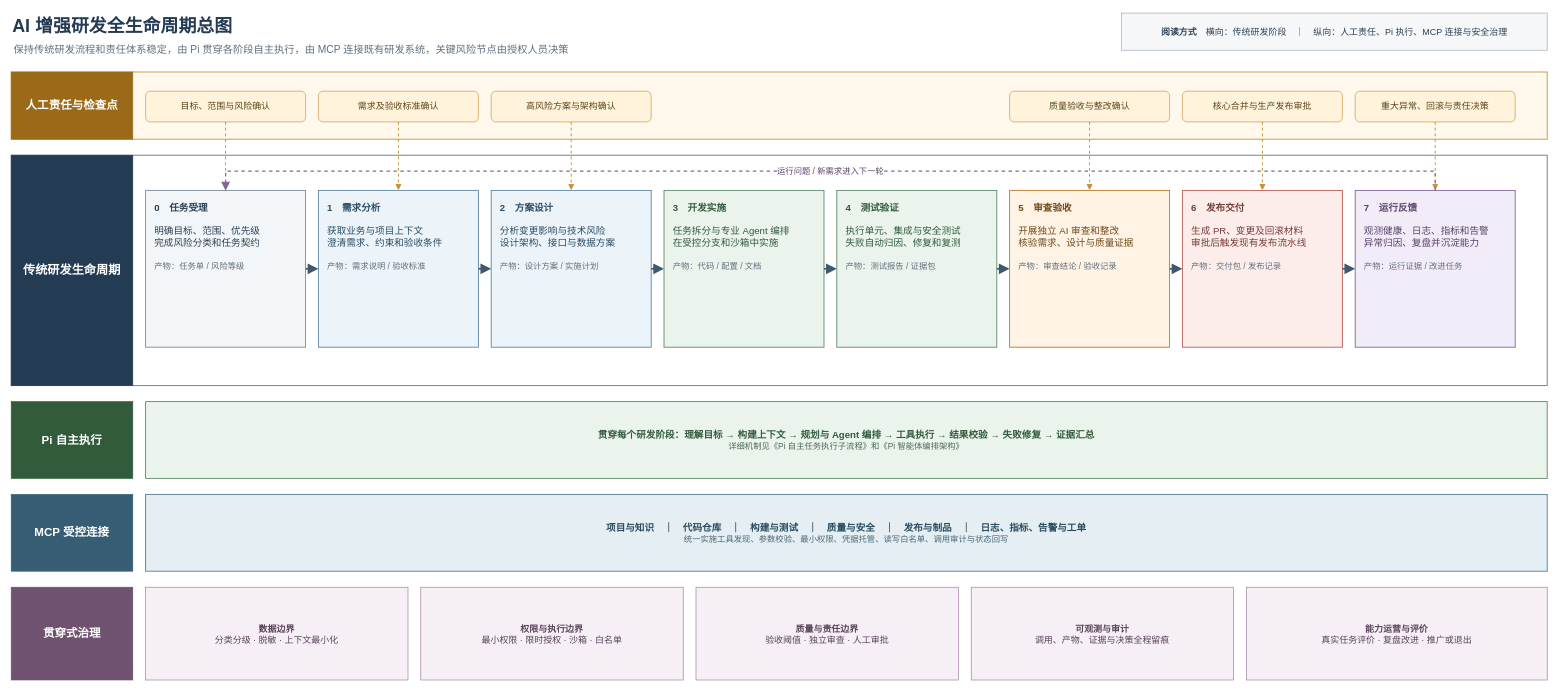
This is diagrams/current/图5_AI增强研发全生命周期总图.drawio from GeHahahaha/AI-paper, a draw.io file, before an edit. Source tidied: cells renumbered, new cells numbered last; positions are measured from the earlier drawing's top-left corner, leaving out a move shared by most shapes. Both pictures are drawn from the tidied source at 64%, with x=0, y=0 at pixel (11, 11).
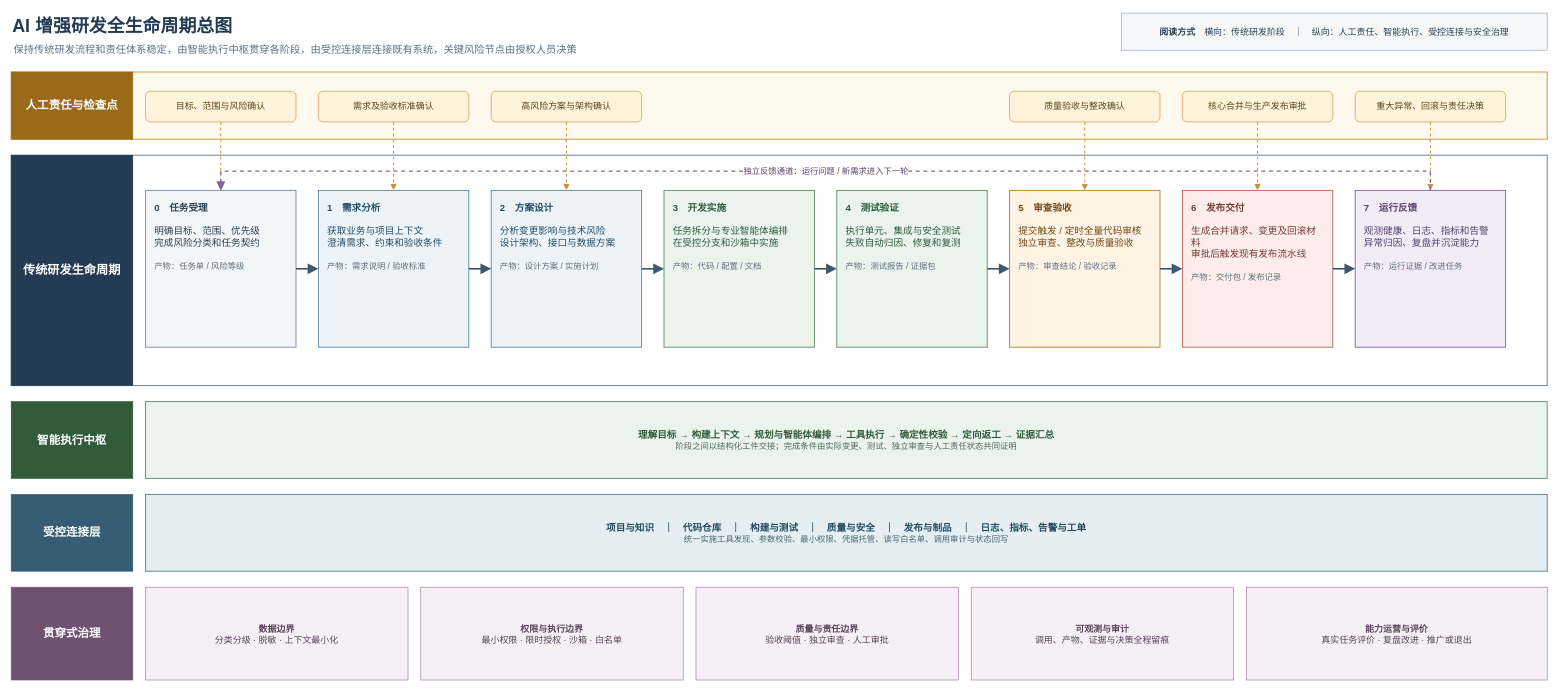
The same page after the edit.

What changed in the source:
```diff
@@
-    <mxCell id="3" value="保持传统研发流程和责任体系稳定，由 Pi 贯穿各阶段自主执行，由 MCP 连接既有研发系统，关键风险节点由授权人员决策" style="text;html=1;align=left;verticalAlign=middle;fontFamily=Microsoft YaHei;fontSize=16;fontColor=#5F6F7F;" parent="1" vertex="1">
-      <mxGeometry x="2" y="45" width="2000" height="30" as="geometry" />
+    <mxCell id="3" value="保持传统研发流程和责任体系稳定，由智能执行中枢贯穿各阶段，由受控连接层连接既有系统，关键风险节点由授权人员决策" style="text;html=1;align=left;verticalAlign=middle;fontFamily=Microsoft YaHei;fontSize=16;fontColor=#5F6F7F;" parent="1" vertex="1">
+      <mxGeometry x="2" y="45" width="1700" height="30" as="geometry" />
     </mxCell>
-    <mxCell id="4" value="&lt;b&gt;阅读方式&lt;/b&gt;　横向：传统研发阶段　｜　纵向：人工责任、Pi 执行、MCP 连接与安全治理" style="rounded=0;whiteSpace=wrap;html=1;fillColor=#F5F7F9;strokeColor=#9AA6B2;fontFamily=Microsoft YaHei;fontColor=#2B4156;fontSize=14;align=center;verticalAlign=middle;" parent="1" vertex="1">
+    <mxCell id="4" value="&lt;b&gt;阅读方式&lt;/b&gt;　横向：传统研发阶段　｜　纵向：人工责任、智能执行、受控连接与安全治理" style="rounded=0;whiteSpace=wrap;html=1;fillColor=#F5F7F9;strokeColor=#9AA6B2;fontFamily=Microsoft YaHei;fontColor=#2B4156;fontSize=14;align=center;verticalAlign=middle;" parent="1" vertex="1">
       <mxGeometry x="1735" y="3" width="665" height="58" as="geometry" />
     </mxCell>
@@
     <mxCell id="7" value="目标、范围与风险确认" style="rounded=1;whiteSpace=wrap;html=1;fillColor=#FFF3DB;strokeColor=#C6923A;fontFamily=Microsoft YaHei;fontColor=#5E451B;fontSize=14;align=center;verticalAlign=middle;" parent="1" vertex="1">
-      <mxGeometry x="210" y="125" width="250" height="48" as="geometry" />
+      <mxGeometry x="210" y="125" width="235" height="48" as="geometry" />
     </mxCell>
     <mxCell id="8" value="需求及验收标准确认" style="rounded=1;whiteSpace=wrap;html=1;fillColor=#FFF3DB;strokeColor=#C6923A;fontFamily=Microsoft YaHei;fontColor=#5E451B;fontSize=14;align=center;verticalAlign=middle;" parent="1" vertex="1">
-      <mxGeometry x="480" y="125" width="250" height="48" as="geometry" />
+      <mxGeometry x="480" y="125" width="235" height="48" as="geometry" />
     </mxCell>
     <mxCell id="9" value="高风险方案与架构确认" style="rounded=1;whiteSpace=wrap;html=1;fillColor=#FFF3DB;strokeColor=#C6923A;fontFamily=Microsoft YaHei;fontColor=#5E451B;fontSize=14;align=center;verticalAlign=middle;" parent="1" vertex="1">
-      <mxGeometry x="750" y="125" width="250" height="48" as="geometry" />
+      <mxGeometry x="750" y="125" width="235" height="48" as="geometry" />
     </mxCell>
     <mxCell id="10" value="质量验收与整改确认" style="rounded=1;whiteSpace=wrap;html=1;fillColor=#FFF3DB;strokeColor=#C6923A;fontFamily=Microsoft YaHei;fontColor=#5E451B;fontSize=14;align=center;verticalAlign=middle;" parent="1" vertex="1">
-      <mxGeometry x="1560" y="125" width="250" height="48" as="geometry" />
+      <mxGeometry x="1560" y="125" width="235" height="48" as="geometry" />
     </mxCell>
     <mxCell id="11" value="核心合并与生产发布审批" style="rounded=1;whiteSpace=wrap;html=1;fillColor=#FFF3DB;strokeColor=#C6923A;fontFamily=Microsoft YaHei;fontColor=#5E451B;fontSize=14;align=center;verticalAlign=middle;" parent="1" vertex="1">
-      <mxGeometry x="1830" y="125" width="250" height="48" as="geometry" />
+      <mxGeometry x="1830" y="125" width="235" height="48" as="geometry" />
     </mxCell>
     <mxCell id="12" value="重大异常、回滚与责任决策" style="rounded=1;whiteSpace=wrap;html=1;fillColor=#FFF3DB;strokeColor=#C6923A;fontFamily=Microsoft YaHei;fontColor=#5E451B;fontSize=14;align=center;verticalAlign=middle;" parent="1" vertex="1">
-      <mxGeometry x="2100" y="125" width="250" height="48" as="geometry" />
+      <mxGeometry x="2100" y="125" width="235" height="48" as="geometry" />
     </mxCell>
@@
     <mxCell id="15" value="&lt;b&gt;0　任务受理&lt;/b&gt;&lt;br&gt;&lt;br&gt;明确目标、范围、优先级&lt;br&gt;完成风险分类和任务契约&lt;br&gt;&lt;br&gt;&lt;font style=&quot;font-size:13px;color:#5F6F7F&quot;&gt;产物：任务单 / 风险等级&lt;/font&gt;" style="rounded=0;whiteSpace=wrap;html=1;fillColor=#F3F6F8;strokeColor=#788B9C;strokeWidth=1.4;fontFamily=Microsoft YaHei;fontColor=#2B4156;fontSize=15;align=left;verticalAlign=top;spacing=14;" parent="1" vertex="1">
-      <mxGeometry x="210" y="280" width="250" height="245" as="geometry" />
+      <mxGeometry x="210" y="280" width="235" height="245" as="geometry" />
     </mxCell>
     <mxCell id="16" value="&lt;b&gt;1　需求分析&lt;/b&gt;&lt;br&gt;&lt;br&gt;获取业务与项目上下文&lt;br&gt;澄清需求、约束和验收条件&lt;br&gt;&lt;br&gt;&lt;font style=&quot;font-size:13px;color:#5F6F7F&quot;&gt;产物：需求说明 / 验收标准&lt;/font&gt;" style="rounded=0;whiteSpace=wrap;html=1;fillColor=#EDF4F9;strokeColor=#5C86A5;strokeWidth=1.4;fontFamily=Microsoft YaHei;fontColor=#274C66;fontSize=15;align=left;verticalAlign=top;spacing=14;" parent="1" vertex="1">
-      <mxGeometry x="480" y="280" width="250" height="245" as="geometry" />
+      <mxGeometry x="480" y="280" width="235" height="245" as="geometry" />
     </mxCell>
     <mxCell id="17" value="&lt;b&gt;2　方案设计&lt;/b&gt;&lt;br&gt;&lt;br&gt;分析变更影响与技术风险&lt;br&gt;设计架构、接口与数据方案&lt;br&gt;&lt;br&gt;&lt;font style=&quot;font-size:13px;color:#5F6F7F&quot;&gt;产物：设计方案 / 实施计划&lt;/font&gt;" style="rounded=0;whiteSpace=wrap;html=1;fillColor=#EDF4F9;strokeColor=#5C86A5;strokeWidth=1.4;fontFamily=Microsoft YaHei;fontColor=#274C66;fontSize=15;align=left;verticalAlign=top;spacing=14;" parent="1" vertex="1">
-      <mxGeometry x="750" y="280" width="250" height="245" as="geometry" />
+      <mxGeometry x="750" y="280" width="235" height="245" as="geometry" />
     </mxCell>
-    <mxCell id="18" value="&lt;b&gt;3　开发实施&lt;/b&gt;&lt;br&gt;&lt;br&gt;任务拆分与专业 Agent 编排&lt;br&gt;在受控分支和沙箱中实施&lt;br&gt;&lt;br&gt;&lt;font style=&quot;font-size:13px;color:#5F6F7F&quot;&gt;产物：代码 / 配置 / 文档&lt;/font&gt;" style="rounded=0;whiteSpace=wrap;html=1;fillColor=#EAF4ED;strokeColor=#5E8B6B;strokeWidth=1.4;fontFamily=Microsoft YaHei;fontColor=#315B3B;fontSize=15;align=left;verticalAlign=top;spacing=14;" parent="1" vertex="1">
-      <mxGeometry x="1020" y="280" width="250" height="245" as="geometry" />
+    <mxCell id="18" value="&lt;b&gt;3　开发实施&lt;/b&gt;&lt;br&gt;&lt;br&gt;任务拆分与专业智能体编排&lt;br&gt;在受控分支和沙箱中实施&lt;br&gt;&lt;br&gt;&lt;font style=&quot;font-size:13px;color:#5F6F7F&quot;&gt;产物：代码 / 配置 / 文档&lt;/font&gt;" style="rounded=0;whiteSpace=wrap;html=1;fillColor=#EAF4ED;strokeColor=#5E8B6B;strokeWidth=1.4;fontFamily=Microsoft YaHei;fontColor=#315B3B;fontSize=15;align=left;verticalAlign=top;spacing=14;" parent="1" vertex="1">
+      <mxGeometry x="1020" y="280" width="235" height="245" as="geometry" />
     </mxCell>
     <mxCell id="19" value="&lt;b&gt;4　测试验证&lt;/b&gt;&lt;br&gt;&lt;br&gt;执行单元、集成与安全测试&lt;br&gt;失败自动归因、修复和复测&lt;br&gt;&lt;br&gt;&lt;font style=&quot;font-size:13px;color:#5F6F7F&quot;&gt;产物：测试报告 / 证据包&lt;/font&gt;" style="rounded=0;whiteSpace=wrap;html=1;fillColor=#EAF4ED;strokeColor=#5E8B6B;strokeWidth=1.4;fontFamily=Microsoft YaHei;fontColor=#315B3B;fontSize=15;align=left;verticalAlign=top;spacing=14;" parent="1" vertex="1">
-      <mxGeometry x="1290" y="280" width="250" height="245" as="geometry" />
+      <mxGeometry x="1290" y="280" width="235" height="245" as="geometry" />
     </mxCell>
-    <mxCell id="20" value="&lt;b&gt;5　审查验收&lt;/b&gt;&lt;br&gt;&lt;br&gt;开展独立 AI 审查和整改&lt;br&gt;核验需求、设计与质量证据&lt;br&gt;&lt;br&gt;&lt;font style=&quot;font-size:13px;color:#5F6F7F&quot;&gt;产物：审查结论 / 验收记录&lt;/font&gt;" style="rounded=0;whiteSpace=wrap;html=1;fillColor=#FFF3E6;strokeColor=#BA7B2C;strokeWidth=1.4;fontFamily=Microsoft YaHei;fontColor=#714A18;fontSize=15;align=left;verticalAlign=top;spacing=14;" parent="1" vertex="1">
-      <mxGeometry x="1560" y="280" width="250" height="245" as="geometry" />
+    <mxCell id="20" value="&lt;b&gt;5　审查验收&lt;/b&gt;&lt;br&gt;&lt;br&gt;提交触发 / 定时全量代码审核&lt;br&gt;独立审查、整改与质量验收&lt;br&gt;&lt;br&gt;&lt;font style=&quot;font-size:13px;color:#5F6F7F&quot;&gt;产物：审查结论 / 验收记录&lt;/font&gt;" style="rounded=0;whiteSpace=wrap;html=1;fillColor=#FFF3E6;strokeColor=#BA7B2C;strokeWidth=1.4;fontFamily=Microsoft YaHei;fontColor=#714A18;fontSize=15;align=left;verticalAlign=top;spacing=14;" parent="1" vertex="1">
+      <mxGeometry x="1560" y="280" width="235" height="245" as="geometry" />
     </mxCell>
-    <mxCell id="21" value="&lt;b&gt;6　发布交付&lt;/b&gt;&lt;br&gt;&lt;br&gt;生成 PR、变更及回滚材料&lt;br&gt;审批后触发现有发布流水线&lt;br&gt;&lt;br&gt;&lt;font style=&quot;font-size:13px;color:#5F6F7F&quot;&gt;产物：交付包 / 发布记录&lt;/font&gt;" style="rounded=0;whiteSpace=wrap;html=1;fillColor=#FDEDEA;strokeColor=#B75E55;strokeWidth=1.4;fontFamily=Microsoft YaHei;fontColor=#743C37;fontSize=15;align=left;verticalAlign=top;spacing=14;" parent="1" vertex="1">
-      <mxGeometry x="1830" y="280" width="250" height="245" as="geometry" />
+    <mxCell id="21" value="&lt;b&gt;6　发布交付&lt;/b&gt;&lt;br&gt;&lt;br&gt;生成合并请求、变更及回滚材料&lt;br&gt;审批后触发现有发布流水线&lt;br&gt;&lt;br&gt;&lt;font style=&quot;font-size:13px;color:#5F6F7F&quot;&gt;产物：交付包 / 发布记录&lt;/font&gt;" style="rounded=0;whiteSpace=wrap;html=1;fillColor=#FDEDEA;strokeColor=#B75E55;strokeWidth=1.4;fontFamily=Microsoft YaHei;fontColor=#743C37;fontSize=15;align=left;verticalAlign=top;spacing=14;" parent="1" vertex="1">
+      <mxGeometry x="1830" y="280" width="235" height="245" as="geometry" />
     </mxCell>
     <mxCell id="22" value="&lt;b&gt;7　运行反馈&lt;/b&gt;&lt;br&gt;&lt;br&gt;观测健康、日志、指标和告警&lt;br&gt;异常归因、复盘并沉淀能力&lt;br&gt;&lt;br&gt;&lt;font style=&quot;font-size:13px;color:#5F6F7F&quot;&gt;产物：运行证据 / 改进任务&lt;/font&gt;" style="rounded=0;whiteSpace=wrap;html=1;fillColor=#F2ECF8;strokeColor=#80659B;strokeWidth=1.4;fontFamily=Microsoft YaHei;fontColor=#574168;fontSize=15;align=left;verticalAlign=top;spacing=14;" parent="1" vertex="1">
-      <mxGeometry x="2100" y="280" width="250" height="245" as="geometry" />
+      <mxGeometry x="2100" y="280" width="235" height="245" as="geometry" />
     </mxCell>
@@
-    <mxCell id="36" value="运行问题 / 新需求进入下一轮" style="edgeStyle=orthogonalEdgeStyle;rounded=0;html=1;strokeColor=#80659B;strokeWidth=1.8;dashed=1;endArrow=block;endFill=1;endSize=9;exitX=0.5;exitY=0;entryX=0.5;entryY=0;fontFamily=Microsoft YaHei;fontColor=#574168;fontSize=13;labelBackgroundColor=#FFFFFF;" parent="1" edge="1" source="22" target="15">
+    <mxCell id="36" value="独立反馈通道：运行问题 / 新需求进入下一轮" style="edgeStyle=orthogonalEdgeStyle;rounded=0;html=1;strokeColor=#80659B;strokeWidth=2;dashed=1;endArrow=block;endFill=1;endSize=9;exitX=0.5;exitY=0;entryX=0.5;entryY=0;fontFamily=Microsoft YaHei;fontColor=#574168;fontSize=13;labelBackgroundColor=#FFFFFF;" parent="1" edge="1" source="22" target="15">
       <mxGeometry relative="1" as="geometry">
         <Array as="points">
-          <mxPoint x="2225" y="250" />
-          <mxPoint x="335" y="250" />
+          <mxPoint x="2218" y="250" />
+          <mxPoint x="328" y="250" />
         </Array>
       </mxGeometry>
     </mxCell>
-    <mxCell id="37" value="Pi 自主执行" style="rounded=0;whiteSpace=wrap;html=1;fillColor=#315B3B;strokeColor=#315B3B;fontFamily=Microsoft YaHei;fontColor=#FFFFFF;fontSize=18;fontStyle=1;align=center;verticalAlign=middle;" parent="1" vertex="1">
+    <mxCell id="37" value="智能执行中枢" style="rounded=0;whiteSpace=wrap;html=1;fillColor=#315B3B;strokeColor=#315B3B;fontFamily=Microsoft YaHei;fontColor=#FFFFFF;fontSize=18;fontStyle=1;align=center;verticalAlign=middle;" parent="1" vertex="1">
       <mxGeometry y="610" width="190" height="120" as="geometry" />
     </mxCell>
-    <mxCell id="38" value="&lt;b&gt;贯穿每个研发阶段：理解目标 → 构建上下文 → 规划与 Agent 编排 → 工具执行 → 结果校验 → 失败修复 → 证据汇总&lt;/b&gt;&lt;br&gt;&lt;font style=&quot;font-size:13px;color:#4E6755&quot;&gt;详细机制见《Pi 自主任务执行子流程》和《Pi 智能体编排架构》&lt;/font&gt;" style="rounded=0;whiteSpace=wrap;html=1;fillColor=#EAF4ED;strokeColor=#5E8B6B;strokeWidth=1.4;fontFamily=Microsoft YaHei;fontColor=#315B3B;fontSize=15;align=center;verticalAlign=middle;spacing=12;" parent="1" vertex="1">
+    <mxCell id="38" value="&lt;b&gt;理解目标 → 构建上下文 → 规划与智能体编排 → 工具执行 → 确定性校验 → 定向返工 → 证据汇总&lt;/b&gt;&lt;br&gt;&lt;font style=&quot;font-size:13px;color:#4E6755&quot;&gt;阶段之间以结构化工件交接；完成条件由实际变更、测试、独立审查与人工责任状态共同证明&lt;/font&gt;" style="rounded=0;whiteSpace=wrap;html=1;fillColor=#EAF4ED;strokeColor=#5E8B6B;strokeWidth=1.4;fontFamily=Microsoft YaHei;fontColor=#315B3B;fontSize=15;align=center;verticalAlign=middle;spacing=12;" parent="1" vertex="1">
       <mxGeometry x="210" y="610" width="2190" height="120" as="geometry" />
     </mxCell>
-    <mxCell id="39" value="MCP 受控连接" style="rounded=0;whiteSpace=wrap;html=1;fillColor=#365D73;strokeColor=#365D73;fontFamily=Microsoft YaHei;fontColor=#FFFFFF;fontSize=18;fontStyle=1;align=center;verticalAlign=middle;" parent="1" vertex="1">
+    <mxCell id="39" value="受控连接层" style="rounded=0;whiteSpace=wrap;html=1;fillColor=#365D73;strokeColor=#365D73;fontFamily=Microsoft YaHei;fontColor=#FFFFFF;fontSize=18;fontStyle=1;align=center;verticalAlign=middle;" parent="1" vertex="1">
       <mxGeometry y="755" width="190" height="120" as="geometry" />
     </mxCell>
```
